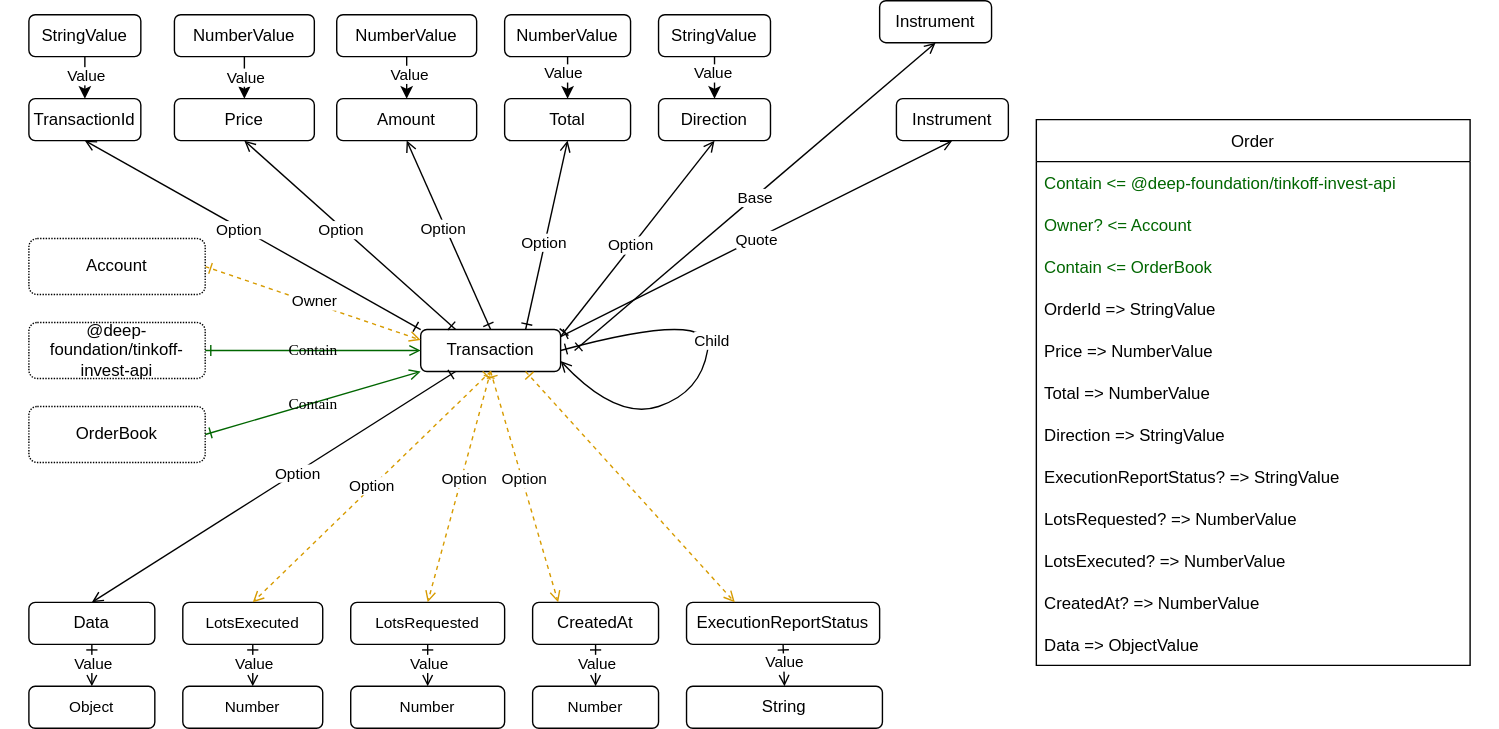
suenot/deep-tinkoff-invest-api keeps this draw.io diagram as src/transaction/Transaction.drawio.svg. Above is the earlier version. Source tidied: cells renumbered, new cells last; positions are measured from the earlier drawing's top-left corner, leaving out a move shared by most shapes.
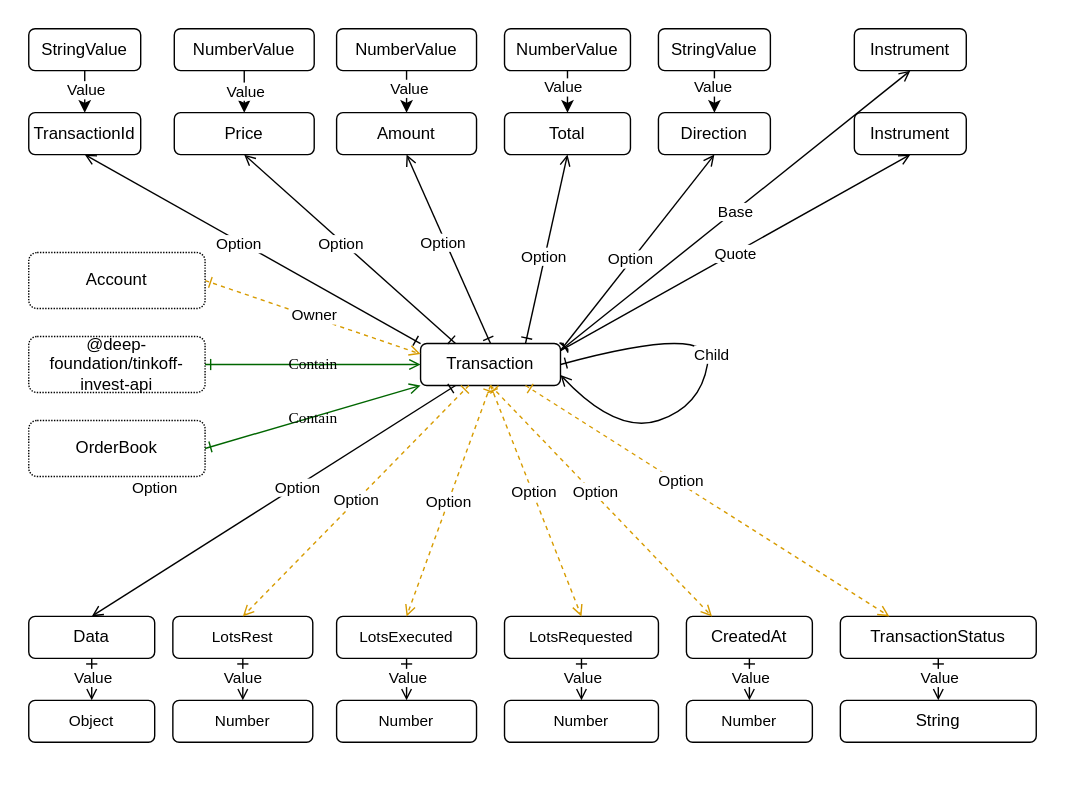
After the commit.

Commit message:
Order, Trade, Operation -> Transaction

The edit, as a diff of the source:
```diff
@@ -3,7 +3,7 @@
     <mxCell id="0" />
     <mxCell id="1" parent="0" />
     <mxCell id="2" style="rounded=0;whiteSpace=wrap;html=1;strokeColor=none;" parent="1" vertex="1">
-      <mxGeometry y="40" width="1070" height="470" as="geometry" />
+      <mxGeometry y="-10" width="770" height="560" as="geometry" />
     </mxCell>
     <mxCell id="3" style="edgeStyle=none;html=1;exitX=0.5;exitY=0;exitDx=0;exitDy=0;entryX=0.5;entryY=1;entryDx=0;entryDy=0;startArrow=ERone;startFill=0;endArrow=open;endFill=0;" parent="1" edge="1" source="5" target="6">
       <mxGeometry relative="1" as="geometry" />
@@ -62,7 +62,7 @@
       <mxGeometry relative="1" as="geometry" />
     </mxCell>
     <mxCell id="21" value="CreatedAt" style="rounded=1;whiteSpace=wrap;html=1;labelBackgroundColor=none;" parent="1" vertex="1">
-      <mxGeometry x="380" y="430" width="90" height="30" as="geometry" />
+      <mxGeometry x="490" y="430" width="90" height="30" as="geometry" />
     </mxCell>
     <mxCell id="22" style="edgeStyle=none;html=1;exitX=0.5;exitY=1;exitDx=0;exitDy=0;startArrow=ERone;startFill=0;entryX=0.203;entryY=0;entryDx=0;entryDy=0;endArrow=open;endFill=0;entryPerimeter=0;dashed=1;strokeColor=#D79B00;" parent="1" edge="1" source="5" target="21">
       <mxGeometry relative="1" as="geometry" />
@@ -86,7 +86,7 @@
       <mxGeometry x="0.08" y="2" relative="1" as="geometry" />
     </mxCell>
     <mxCell id="29" value="&lt;span style=&quot;font-size: 11px ; background-color: rgb(255 , 255 , 255)&quot;&gt;LotsRequested&lt;/span&gt;" style="rounded=1;whiteSpace=wrap;html=1;labelBackgroundColor=none;" parent="1" vertex="1">
-      <mxGeometry x="250" y="430" width="110" height="30" as="geometry" />
+      <mxGeometry x="360" y="430" width="110" height="30" as="geometry" />
     </mxCell>
     <mxCell id="30" style="edgeStyle=none;html=1;exitX=0.5;exitY=1;exitDx=0;exitDy=0;startArrow=ERone;startFill=0;entryX=0.5;entryY=0;entryDx=0;entryDy=0;endArrow=open;endFill=0;dashed=1;strokeColor=#D79B00;" parent="1" edge="1" source="5" target="29">
       <mxGeometry relative="1" as="geometry" />
@@ -95,7 +95,7 @@
       <mxGeometry x="-0.07" y="1" relative="1" as="geometry" />
     </mxCell>
     <mxCell id="32" value="&lt;span style=&quot;font-size: 11px ; background-color: rgb(255 , 255 , 255)&quot;&gt;LotsExecuted&lt;/span&gt;" style="rounded=1;whiteSpace=wrap;html=1;labelBackgroundColor=none;" parent="1" vertex="1">
-      <mxGeometry x="130" y="430" width="100" height="30" as="geometry" />
+      <mxGeometry x="240" y="430" width="100" height="30" as="geometry" />
     </mxCell>
     <mxCell id="33" value="Option" style="edgeStyle=none;html=1;exitX=0.5;exitY=1;exitDx=0;exitDy=0;startArrow=ERone;startFill=0;entryX=0.5;entryY=0;entryDx=0;entryDy=0;endArrow=open;endFill=0;dashed=1;strokeColor=#D79B00;" parent="1" edge="1" source="5" target="32">
       <mxGeometry relative="1" as="geometry" />
@@ -109,53 +109,17 @@
     <mxCell id="36" value="Option" style="edgeLabel;html=1;align=center;verticalAlign=middle;" parent="35" vertex="1">
       <mxGeometry x="-0.12" relative="1" as="geometry" />
     </mxCell>
-    <mxCell id="37" value="&lt;span&gt;ExecutionReportStatus&lt;/span&gt;" style="rounded=1;whiteSpace=wrap;html=1;labelBackgroundColor=none;" parent="1" vertex="1">
-      <mxGeometry x="490" y="430" width="138" height="30" as="geometry" />
+    <mxCell id="37" value="&lt;span&gt;TransactionStatus&lt;/span&gt;" style="rounded=1;whiteSpace=wrap;html=1;labelBackgroundColor=none;" parent="1" vertex="1">
+      <mxGeometry x="600" y="430" width="140" height="30" as="geometry" />
     </mxCell>
     <mxCell id="38" style="edgeStyle=none;html=1;exitX=0.75;exitY=1;exitDx=0;exitDy=0;startArrow=ERone;startFill=0;entryX=0.25;entryY=0;entryDx=0;entryDy=0;endArrow=open;endFill=0;dashed=1;strokeColor=#D79B00;" parent="1" edge="1" source="5" target="37">
       <mxGeometry relative="1" as="geometry" />
     </mxCell>
-    <mxCell id="39" value="Order" style="swimlane;fontStyle=0;horizontal=1;startSize=30;" parent="1" vertex="1">
-      <mxGeometry x="740" y="85" width="310" height="390" as="geometry" />
-    </mxCell>
-    <mxCell id="40" value="Contain &lt;= @deep-foundation/tinkoff-invest-api" style="text;strokeColor=none;fillColor=none;align=left;verticalAlign=middle;spacingLeft=4;spacingRight=4;overflow=hidden;fontColor=#006600;" parent="39" vertex="1">
-      <mxGeometry y="30" width="310" height="30" as="geometry" />
-    </mxCell>
-    <mxCell id="41" value="Owner? &lt;= Account" style="text;strokeColor=none;fillColor=none;align=left;verticalAlign=middle;spacingLeft=4;spacingRight=4;overflow=hidden;fontColor=#006600;" parent="39" vertex="1">
-      <mxGeometry y="60" width="310" height="30" as="geometry" />
-    </mxCell>
-    <mxCell id="42" value="Contain &lt;= OrderBook" style="text;strokeColor=none;fillColor=none;align=left;verticalAlign=middle;spacingLeft=4;spacingRight=4;overflow=hidden;fontColor=#006600;" parent="39" vertex="1">
-      <mxGeometry y="90" width="310" height="30" as="geometry" />
-    </mxCell>
-    <mxCell id="43" value="OrderId =&gt; StringValue" style="text;strokeColor=none;fillColor=none;align=left;verticalAlign=middle;spacingLeft=4;spacingRight=4;overflow=hidden;" parent="39" vertex="1">
-      <mxGeometry y="120" width="310" height="30" as="geometry" />
-    </mxCell>
-    <mxCell id="44" value="Price =&gt; NumberValue" style="text;strokeColor=none;fillColor=none;align=left;verticalAlign=middle;spacingLeft=4;spacingRight=4;overflow=hidden;" parent="39" vertex="1">
-      <mxGeometry y="150" width="310" height="30" as="geometry" />
-    </mxCell>
-    <mxCell id="45" value="Total =&gt; NumberValue" style="text;strokeColor=none;fillColor=none;align=left;verticalAlign=middle;spacingLeft=4;spacingRight=4;overflow=hidden;" parent="39" vertex="1">
-      <mxGeometry y="180" width="310" height="30" as="geometry" />
-    </mxCell>
-    <mxCell id="46" value="Direction =&gt; StringValue" style="text;strokeColor=none;fillColor=none;align=left;verticalAlign=middle;spacingLeft=4;spacingRight=4;overflow=hidden;" parent="39" vertex="1">
-      <mxGeometry y="210" width="310" height="30" as="geometry" />
-    </mxCell>
-    <mxCell id="47" value="ExecutionReportStatus? =&gt; StringValue" style="text;strokeColor=none;fillColor=none;align=left;verticalAlign=middle;spacingLeft=4;spacingRight=4;overflow=hidden;" parent="39" vertex="1">
-      <mxGeometry y="240" width="310" height="30" as="geometry" />
-    </mxCell>
-    <mxCell id="48" value="LotsRequested? =&gt; NumberValue" style="text;strokeColor=none;fillColor=none;align=left;verticalAlign=middle;spacingLeft=4;spacingRight=4;overflow=hidden;" parent="39" vertex="1">
-      <mxGeometry y="270" width="310" height="30" as="geometry" />
-    </mxCell>
-    <mxCell id="49" value="LotsExecuted? =&gt; NumberValue" style="text;strokeColor=none;fillColor=none;align=left;verticalAlign=middle;spacingLeft=4;spacingRight=4;overflow=hidden;" parent="39" vertex="1">
-      <mxGeometry y="300" width="310" height="30" as="geometry" />
-    </mxCell>
-    <mxCell id="50" value="CreatedAt? =&gt; NumberValue" style="text;strokeColor=none;fillColor=none;align=left;verticalAlign=middle;spacingLeft=4;spacingRight=4;overflow=hidden;" parent="39" vertex="1">
-      <mxGeometry y="330" width="310" height="30" as="geometry" />
-    </mxCell>
-    <mxCell id="51" value="Data =&gt; ObjectValue" style="text;strokeColor=none;fillColor=none;align=left;verticalAlign=middle;spacingLeft=4;spacingRight=4;overflow=hidden;" parent="39" vertex="1">
-      <mxGeometry y="360" width="310" height="30" as="geometry" />
-    </mxCell>
+    <mxCell id="90" value="Option" style="edgeLabel;html=1;align=center;verticalAlign=middle;" parent="38" vertex="1">
+      <mxGeometry x="-0.16" y="2" relative="1" as="geometry" />
+    </mxCell>
     <mxCell id="52" value="&lt;span style=&quot;font-size: 11px ; background-color: rgb(255 , 255 , 255)&quot;&gt;Number&lt;/span&gt;" style="rounded=1;whiteSpace=wrap;html=1;labelBackgroundColor=none;" parent="1" vertex="1">
-      <mxGeometry x="250" y="490" width="110" height="30" as="geometry" />
+      <mxGeometry x="360" y="490" width="110" height="30" as="geometry" />
     </mxCell>
     <mxCell id="53" style="edgeStyle=none;html=1;exitX=0.5;exitY=1;exitDx=0;exitDy=0;startArrow=ERone;startFill=0;entryX=0.5;entryY=0;entryDx=0;entryDy=0;endArrow=open;endFill=0;" parent="1" edge="1" source="29" target="52">
       <mxGeometry relative="1" as="geometry" />
@@ -164,7 +128,7 @@
       <mxGeometry x="-0.12" relative="1" as="geometry" />
     </mxCell>
     <mxCell id="55" value="&lt;span style=&quot;font-size: 11px ; background-color: rgb(255 , 255 , 255)&quot;&gt;Number&lt;/span&gt;" style="rounded=1;whiteSpace=wrap;html=1;labelBackgroundColor=none;" parent="1" vertex="1">
-      <mxGeometry x="130" y="490" width="100" height="30" as="geometry" />
+      <mxGeometry x="240" y="490" width="100" height="30" as="geometry" />
     </mxCell>
     <mxCell id="56" style="edgeStyle=none;html=1;exitX=0.5;exitY=1;exitDx=0;exitDy=0;startArrow=ERone;startFill=0;endArrow=open;endFill=0;" parent="1" edge="1" source="32" target="55">
       <mxGeometry relative="1" as="geometry" />
@@ -182,7 +146,7 @@
       <mxGeometry x="-0.12" relative="1" as="geometry" />
     </mxCell>
     <mxCell id="61" value="&lt;span style=&quot;font-size: 11px ; background-color: rgb(255 , 255 , 255)&quot;&gt;Number&lt;/span&gt;" style="rounded=1;whiteSpace=wrap;html=1;labelBackgroundColor=none;" parent="1" vertex="1">
-      <mxGeometry x="380" y="490" width="90" height="30" as="geometry" />
+      <mxGeometry x="490" y="490" width="90" height="30" as="geometry" />
     </mxCell>
     <mxCell id="62" style="edgeStyle=none;html=1;startArrow=ERone;startFill=0;entryX=0.5;entryY=0;entryDx=0;entryDy=0;endArrow=open;endFill=0;exitX=0.5;exitY=1;exitDx=0;exitDy=0;" parent="1" edge="1" source="21" target="61">
       <mxGeometry relative="1" as="geometry" />
@@ -191,7 +155,7 @@
       <mxGeometry x="-0.12" relative="1" as="geometry" />
     </mxCell>
     <mxCell id="64" value="String" style="rounded=1;whiteSpace=wrap;html=1;labelBackgroundColor=none;" parent="1" vertex="1">
-      <mxGeometry x="490" y="490" width="140" height="30" as="geometry" />
+      <mxGeometry x="600" y="490" width="140" height="30" as="geometry" />
     </mxCell>
     <mxCell id="65" style="edgeStyle=none;html=1;startArrow=ERone;startFill=0;entryX=0.5;entryY=0;entryDx=0;entryDy=0;endArrow=open;endFill=0;exitX=0.5;exitY=1;exitDx=0;exitDy=0;" parent="1" edge="1" source="37" target="64">
       <mxGeometry relative="1" as="geometry" />
@@ -261,7 +225,7 @@
       <mxGeometry x="-0.07" y="1" relative="1" as="geometry" />
     </mxCell>
     <mxCell id="84" value="Instrument" style="rounded=1;whiteSpace=wrap;html=1;labelBackgroundColor=none;" parent="1" vertex="1">
-      <mxGeometry x="640" y="70" width="80" height="30" as="geometry" />
+      <mxGeometry x="610" y="70" width="80" height="30" as="geometry" />
     </mxCell>
     <mxCell id="85" style="edgeStyle=none;html=1;startArrow=ERone;startFill=0;entryX=0.5;entryY=1;entryDx=0;entryDy=0;endArrow=open;endFill=0;strokeColor=#000000;" parent="1" edge="1" target="84">
       <mxGeometry relative="1" as="geometry">
@@ -272,15 +236,33 @@
       <mxGeometry relative="1" as="geometry" />
     </mxCell>
     <mxCell id="87" value="Instrument" style="rounded=1;whiteSpace=wrap;html=1;labelBackgroundColor=none;" parent="1" vertex="1">
-      <mxGeometry x="628" width="80" height="30" as="geometry" />
+      <mxGeometry x="610" y="10" width="80" height="30" as="geometry" />
     </mxCell>
     <mxCell id="88" style="edgeStyle=none;html=1;startArrow=ERone;startFill=0;entryX=0.5;entryY=1;entryDx=0;entryDy=0;endArrow=open;endFill=0;strokeColor=#000000;" parent="1" edge="1" target="87">
       <mxGeometry relative="1" as="geometry">
-        <mxPoint x="410" y="250" as="sourcePoint" />
+        <mxPoint x="400" y="240" as="sourcePoint" />
       </mxGeometry>
     </mxCell>
     <mxCell id="89" value="Base" style="edgeLabel;html=1;align=center;verticalAlign=middle;" parent="88" vertex="1">
       <mxGeometry relative="1" as="geometry" />
     </mxCell>
+    <mxCell id="91" value="&lt;span style=&quot;font-size: 11px ; background-color: rgb(255 , 255 , 255)&quot;&gt;LotsRest&lt;/span&gt;" style="rounded=1;whiteSpace=wrap;html=1;labelBackgroundColor=none;" parent="1" vertex="1">
+      <mxGeometry x="123" y="430" width="100" height="30" as="geometry" />
+    </mxCell>
+    <mxCell id="92" value="Option" style="edgeStyle=none;html=1;exitX=0.345;exitY=1;exitDx=0;exitDy=0;startArrow=ERone;startFill=0;entryX=0.5;entryY=0;entryDx=0;entryDy=0;endArrow=open;endFill=0;dashed=1;strokeColor=#D79B00;exitPerimeter=0;" parent="1" edge="1" source="5" target="91">
+      <mxGeometry relative="1" as="geometry" />
+    </mxCell>
+    <mxCell id="93" value="Option" style="edgeLabel;html=1;align=center;verticalAlign=middle;" parent="1" vertex="1">
+      <mxGeometry x="110" y="337.3" as="geometry" />
+    </mxCell>
+    <mxCell id="94" value="&lt;span style=&quot;font-size: 11px ; background-color: rgb(255 , 255 , 255)&quot;&gt;Number&lt;/span&gt;" style="rounded=1;whiteSpace=wrap;html=1;labelBackgroundColor=none;" parent="1" vertex="1">
+      <mxGeometry x="123" y="490" width="100" height="30" as="geometry" />
+    </mxCell>
+    <mxCell id="95" style="edgeStyle=none;html=1;exitX=0.5;exitY=1;exitDx=0;exitDy=0;startArrow=ERone;startFill=0;endArrow=open;endFill=0;" parent="1" edge="1" source="91" target="94">
+      <mxGeometry relative="1" as="geometry" />
+    </mxCell>
+    <mxCell id="96" value="Value" style="edgeLabel;html=1;align=center;verticalAlign=middle;" parent="95" vertex="1">
+      <mxGeometry x="-0.12" relative="1" as="geometry" />
+    </mxCell>
   </root>
 </mxGraphModel>
```
